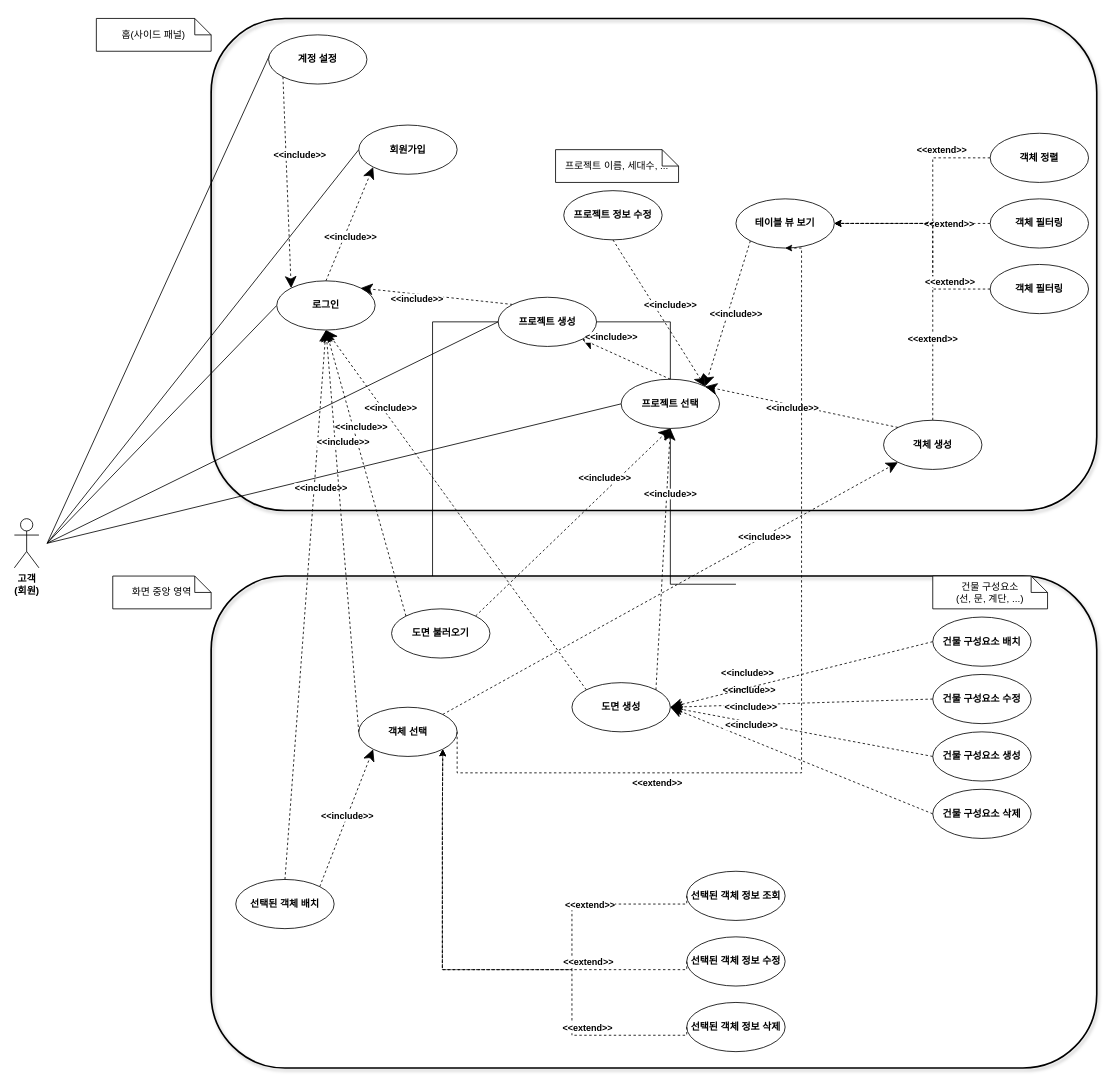
Before: 캡스톤UML최종.drawio.xml in 1and-or0/1and-or0, a draw.io diagram. Source tidied: cells renumbered, new cells numbered last; positions are measured from the earlier drawing's top-left corner, leaving out a move shared by most shapes. Both pictures are drawn from the tidied source at 82%, with x=0, y=0 at pixel (14, 18).
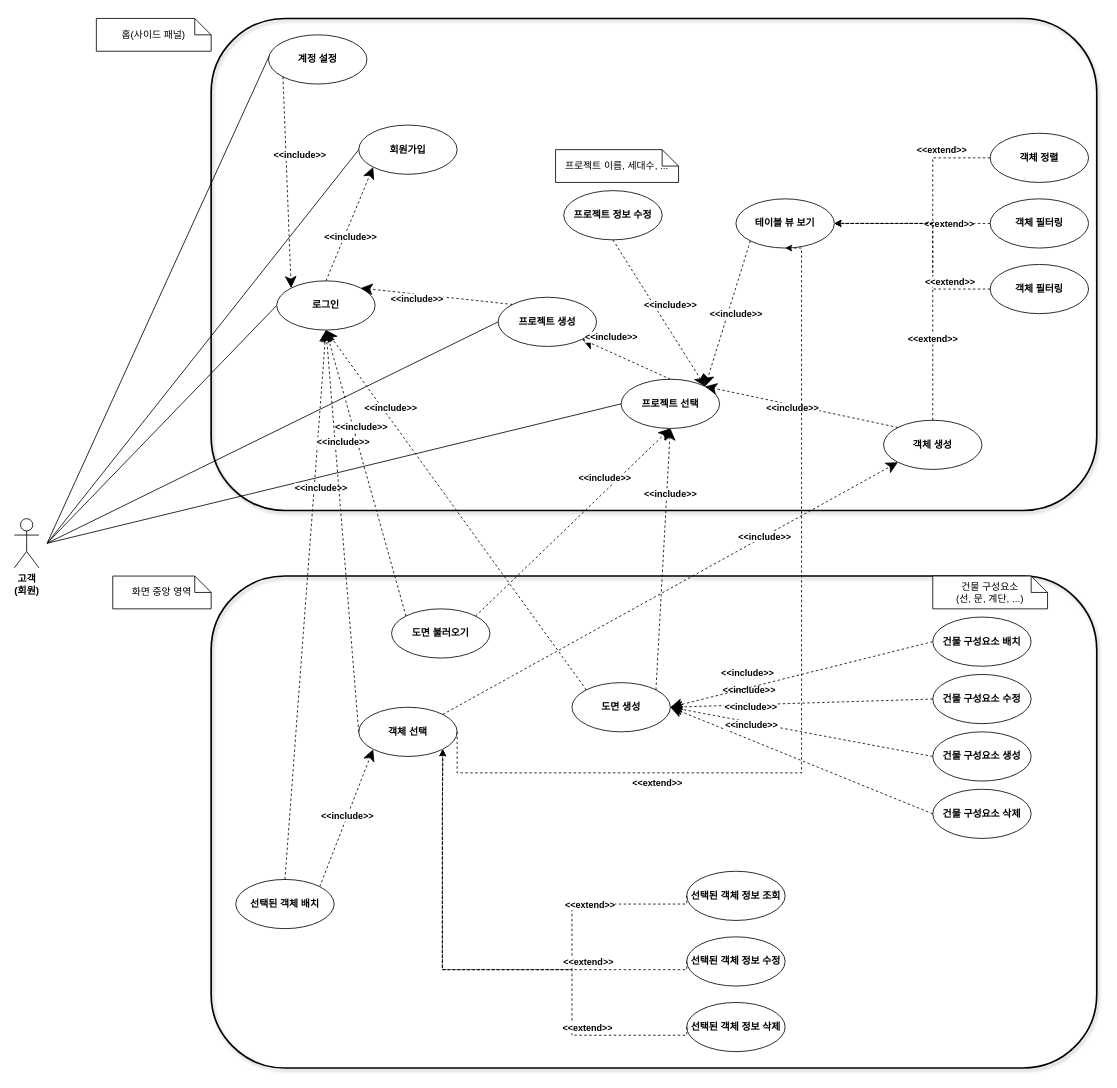
The same page after the edit.

Commit message:
캡스톤UML최종.drawio.xml 업데이트

What changed in the source:
```diff
@@
-    <mxCell id="7" style="html=1;verticalAlign=bottom;endArrow=none;endSize=12;rounded=0;endFill=0;startSize=12;startFill=0;edgeStyle=orthogonalEdgeStyle;entryX=0;entryY=0.5;entryDx=0;entryDy=0;fontStyle=1;exitX=0;exitY=0.5;exitDx=0;exitDy=0;" parent="1" edge="1">
-      <mxGeometry x="-0.67" y="60" relative="1" as="geometry">
-        <mxPoint x="880" y="690" as="sourcePoint" />
-        <mxPoint x="510" y="680" as="targetPoint" />
-        <Array as="points">
-          <mxPoint x="800" y="690" />
-          <mxPoint x="800" y="370" />
-        </Array>
-      </mxGeometry>
-    </mxCell>
```
